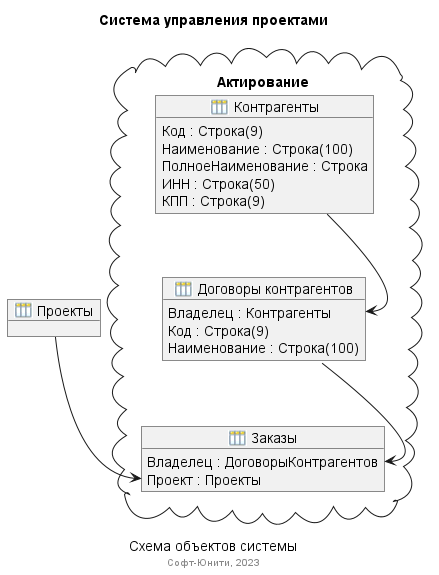
Above: out/Актирование/Актирование.png in medm86/SUP (PlantUML), before the change. Source of this version:
```plantuml
@startuml

!include /1ce-icons-for-plantuml/dist/common.puml
!include /1ce-icons-for-plantuml/dist/all.puml

title Система управления проектами
caption Схема объектов системы
footer Софт-Юнити, 2023

_Справочник(Проекты, "Проекты")

package "Актирование" <<Cloud>> {
    _Справочник(Контрагенты, "Контрагенты"){
        Код : Строка(9)
        Наименование : Строка(100)
        ПолноеНаименование : Строка
        ИНН : Строка(50)
        КПП : Строка(9)
    }

    _Справочник(ДоговорыКонтрагентов, "Договоры контрагентов"){
        Владелец : Контрагенты
        Код : Строка(9)
        Наименование : Строка(100)
    }
    Контрагенты --> ДоговорыКонтрагентов::Владелец

    _Справочник(Заказы, "Заказы"){
        Владелец : ДоговорыКонтрагентов
        Проект : Проекты
    }
    ДоговорыКонтрагентов --> Заказы::Владелец
    Проекты --> Заказы::Проект

}

@enduml
```
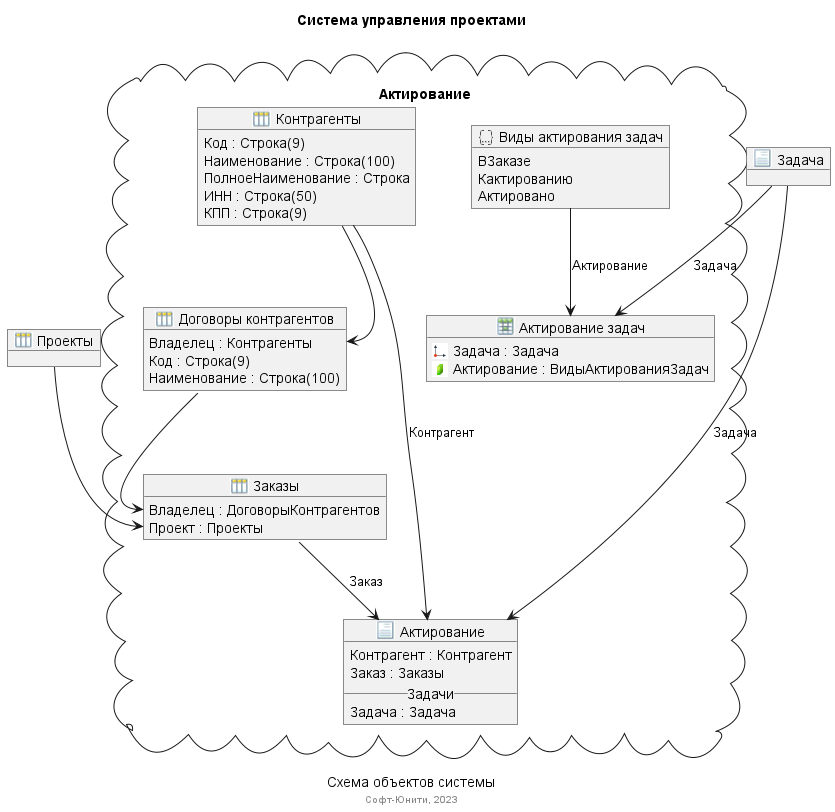
After the commit.

The edit, as a diff of the source:
```diff
@@ -8,6 +8,7 @@
 footer Софт-Юнити, 2023
 
 _Справочник(Проекты, "Проекты")
+_Документ(Задача, "Задача")
 
 package "Актирование" <<Cloud>> {
     _Справочник(Контрагенты, "Контрагенты"){
@@ -32,6 +33,29 @@
     ДоговорыКонтрагентов --> Заказы::Владелец
     Проекты --> Заказы::Проект
 
+    _Перечисление(ВидыАктированияЗадач, "Виды актирования задач") {
+        ВЗаказе
+        Кактированию
+        Актировано
+    }
+    _РегистрСведений(АктированиеЗадач, "Актирование задач"){
+        <$d> Задача : Задача
+        <$r> Актирование : ВидыАктированияЗадач
+     }
+    ВидыАктированияЗадач --> АктированиеЗадач: Актирование
+    Задача --> АктированиеЗадач: Задача
+
+    _Документ(Актирование, "Актирование"){
+        Контрагент : Контрагент
+        Заказ : Заказы
+        __Задачи__
+        Задача : Задача
+    }
+    Контрагенты --> Актирование: Контрагент
+    Заказы --> Актирование: Заказ
+    Задача --> Актирование: Задача
+
+
 }
 
 @enduml
```
